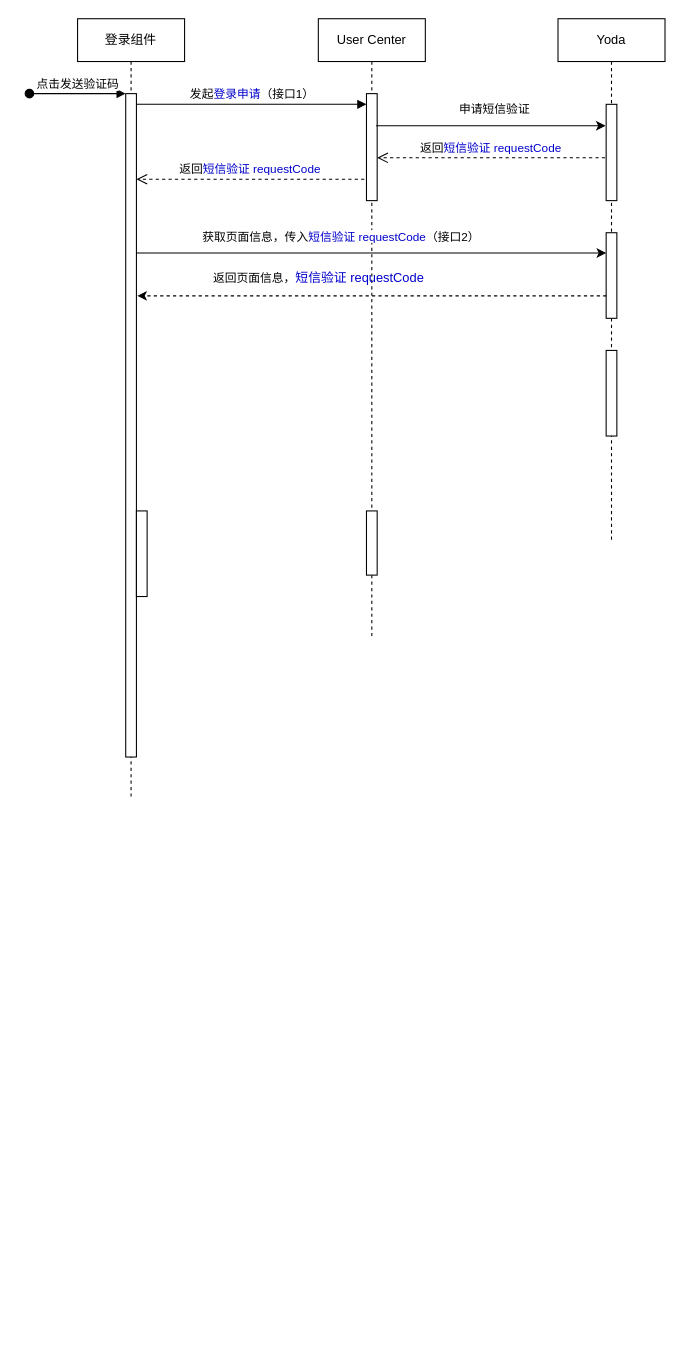
This is src/未命名绘图.drawio from zhengjiaqi/draw, a draw.io file, before an edit. Source tidied: cells renumbered, new cells numbered last; positions are measured from the earlier drawing's top-left corner, leaving out a move shared by most shapes. Both pictures are drawn from the tidied source at 107%, with x=0, y=0 at pixel (29, 18).
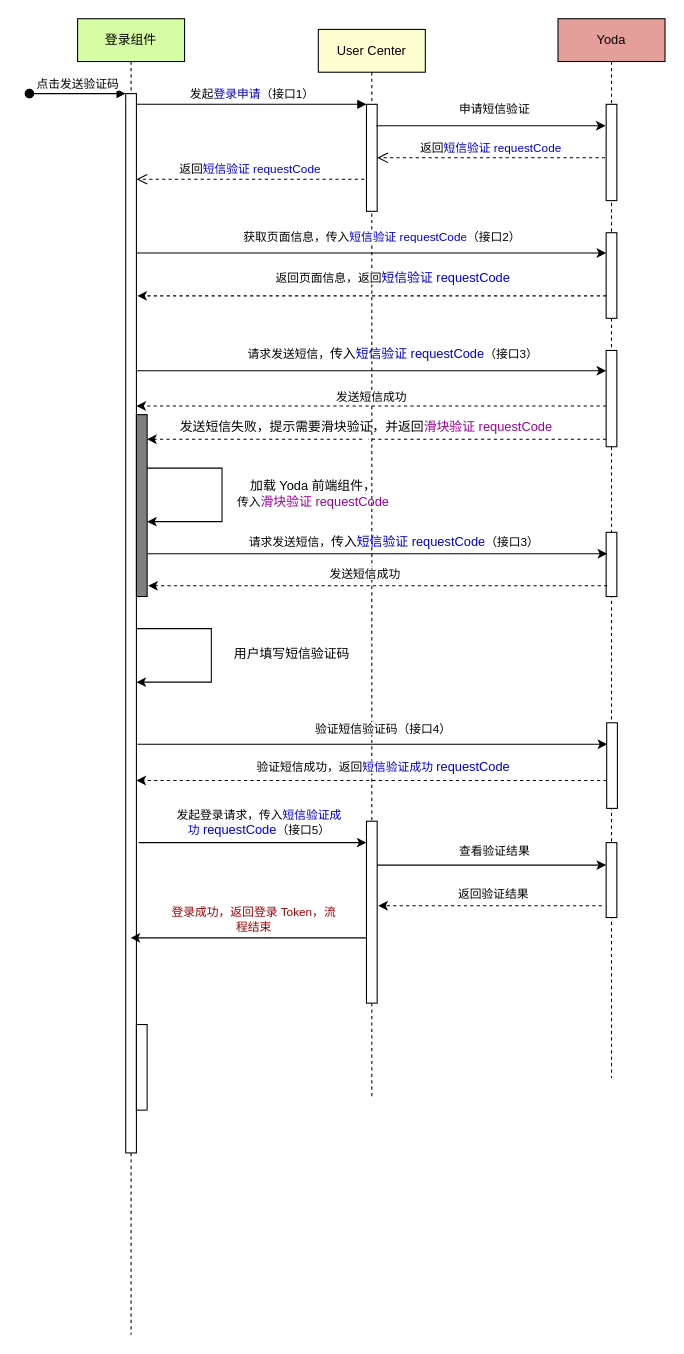
The same diagram, later.

Commit message:
更新未命名绘图.drawio

What changed in the source:
```diff
@@
-    <mxCell id="2" value="登录组件" style="shape=umlLifeline;perimeter=lifelinePerimeter;whiteSpace=wrap;html=1;newEdgeStyle={&quot;edgeStyle&quot;:&quot;elbowEdgeStyle&quot;,&quot;elbow&quot;:&quot;vertical&quot;,&quot;curved&quot;:0,&quot;rounded&quot;:0};" parent="1" vertex="1">
-      <mxGeometry x="45" width="100" height="730" as="geometry" />
+    <mxCell id="2" value="登录组件" style="shape=umlLifeline;perimeter=lifelinePerimeter;whiteSpace=wrap;html=1;newEdgeStyle={&quot;edgeStyle&quot;:&quot;elbowEdgeStyle&quot;,&quot;elbow&quot;:&quot;vertical&quot;,&quot;curved&quot;:0,&quot;rounded&quot;:0};fillColor=#D6FDA4;" parent="1" vertex="1">
+      <mxGeometry x="45" width="100" height="1230" as="geometry" />
     </mxCell>
     <mxCell id="3" style="html=1;points=[];perimeter=orthogonalPerimeter;outlineConnect=0;targetShapes=umlLifeline;portConstraint=eastwest;newEdgeStyle={&quot;edgeStyle&quot;:&quot;elbowEdgeStyle&quot;,&quot;elbow&quot;:&quot;vertical&quot;,&quot;curved&quot;:0,&quot;rounded&quot;:0};" parent="2" vertex="1">
-      <mxGeometry x="45" y="70" width="10" height="620" as="geometry" />
+      <mxGeometry x="45" y="70" width="10" height="990" as="geometry" />
     </mxCell>
@@
     <mxCell id="5" style="html=1;perimeter=orthogonalPerimeter;targetShapes=umlLifeline;newEdgeStyle={&quot;edgeStyle&quot;:&quot;elbowEdgeStyle&quot;,&quot;elbow&quot;:&quot;vertical&quot;,&quot;curved&quot;:0,&quot;rounded&quot;:0};" parent="2" vertex="1">
-      <mxGeometry x="55" y="460" width="10" height="80" as="geometry" />
+      <mxGeometry x="55" y="940" width="10" height="80" as="geometry" />
     </mxCell>
+    <mxCell id="22" style="html=1;perimeter=orthogonalPerimeter;targetShapes=umlLifeline;newEdgeStyle={&quot;edgeStyle&quot;:&quot;elbowEdgeStyle&quot;,&quot;elbow&quot;:&quot;vertical&quot;,&quot;curved&quot;:0,&quot;rounded&quot;:0};fillColor=#808080;" parent="2" vertex="1">
+      <mxGeometry x="55" y="370" width="10" height="170" as="geometry" />
+    </mxCell>
-    <mxCell id="6" value="User Center" style="shape=umlLifeline;perimeter=lifelinePerimeter;whiteSpace=wrap;html=1;newEdgeStyle={&quot;edgeStyle&quot;:&quot;elbowEdgeStyle&quot;,&quot;elbow&quot;:&quot;vertical&quot;,&quot;curved&quot;:0,&quot;rounded&quot;:0};" parent="1" vertex="1">
-      <mxGeometry x="270" width="100" height="580" as="geometry" />
+    <mxCell id="6" value="User Center" style="shape=umlLifeline;perimeter=lifelinePerimeter;whiteSpace=wrap;html=1;newEdgeStyle={&quot;edgeStyle&quot;:&quot;elbowEdgeStyle&quot;,&quot;elbow&quot;:&quot;vertical&quot;,&quot;curved&quot;:0,&quot;rounded&quot;:0};fillColor=#FFFED1;" parent="1" vertex="1">
+      <mxGeometry x="270" y="10" width="100" height="1000" as="geometry" />
     </mxCell>
@@
     <mxCell id="8" style="html=1;points=[];perimeter=orthogonalPerimeter;outlineConnect=0;targetShapes=umlLifeline;portConstraint=eastwest;newEdgeStyle={&quot;edgeStyle&quot;:&quot;elbowEdgeStyle&quot;,&quot;elbow&quot;:&quot;vertical&quot;,&quot;curved&quot;:0,&quot;rounded&quot;:0};" parent="6" vertex="1">
-      <mxGeometry x="45" y="460" width="10" height="60" as="geometry" />
+      <mxGeometry x="45" y="740" width="10" height="170" as="geometry" />
     </mxCell>
@@
-    <mxCell id="10" value="Yoda" style="shape=umlLifeline;perimeter=lifelinePerimeter;whiteSpace=wrap;html=1;newEdgeStyle={&quot;edgeStyle&quot;:&quot;elbowEdgeStyle&quot;,&quot;elbow&quot;:&quot;vertical&quot;,&quot;curved&quot;:0,&quot;rounded&quot;:0};" parent="1" vertex="1">
-      <mxGeometry x="494" width="100" height="490" as="geometry" />
+    <mxCell id="10" value="Yoda" style="shape=umlLifeline;perimeter=lifelinePerimeter;whiteSpace=wrap;html=1;newEdgeStyle={&quot;edgeStyle&quot;:&quot;elbowEdgeStyle&quot;,&quot;elbow&quot;:&quot;vertical&quot;,&quot;curved&quot;:0,&quot;rounded&quot;:0};fillColor=#E49F9A;" parent="1" vertex="1">
+      <mxGeometry x="494" width="100" height="990" as="geometry" />
     </mxCell>
@@
     <mxCell id="13" style="html=1;perimeter=orthogonalPerimeter;targetShapes=umlLifeline;newEdgeStyle={&quot;edgeStyle&quot;:&quot;elbowEdgeStyle&quot;,&quot;elbow&quot;:&quot;vertical&quot;,&quot;curved&quot;:0,&quot;rounded&quot;:0};" parent="10" vertex="1">
-      <mxGeometry x="45" y="310" width="10" height="80" as="geometry" />
+      <mxGeometry x="45" y="310" width="10" height="90" as="geometry" />
     </mxCell>
+    <mxCell id="23" style="html=1;perimeter=orthogonalPerimeter;targetShapes=umlLifeline;newEdgeStyle={&quot;edgeStyle&quot;:&quot;elbowEdgeStyle&quot;,&quot;elbow&quot;:&quot;vertical&quot;,&quot;curved&quot;:0,&quot;rounded&quot;:0};" parent="10" vertex="1">
+      <mxGeometry x="45" y="480" width="10" height="60" as="geometry" />
+    </mxCell>
+    <mxCell id="24" style="html=1;perimeter=orthogonalPerimeter;targetShapes=umlLifeline;newEdgeStyle={&quot;edgeStyle&quot;:&quot;elbowEdgeStyle&quot;,&quot;elbow&quot;:&quot;vertical&quot;,&quot;curved&quot;:0,&quot;rounded&quot;:0};" parent="10" vertex="1">
+      <mxGeometry x="45.5" y="658" width="10" height="80" as="geometry" />
+    </mxCell>
+    <mxCell id="25" style="html=1;perimeter=orthogonalPerimeter;targetShapes=umlLifeline;newEdgeStyle={&quot;edgeStyle&quot;:&quot;elbowEdgeStyle&quot;,&quot;elbow&quot;:&quot;vertical&quot;,&quot;curved&quot;:0,&quot;rounded&quot;:0};" parent="10" vertex="1">
+      <mxGeometry x="45" y="770" width="10" height="70" as="geometry" />
+    </mxCell>
@@
-    <mxCell id="18" value="&lt;span style=&quot;color: rgb(0, 0, 0); font-family: Helvetica; font-size: 11px; font-style: normal; font-variant-ligatures: normal; font-variant-caps: normal; font-weight: 400; letter-spacing: normal; orphans: 2; text-align: center; text-indent: 0px; text-transform: none; widows: 2; word-spacing: 0px; -webkit-text-stroke-width: 0px; background-color: rgb(255, 255, 255); text-decoration-thickness: initial; text-decoration-style: initial; text-decoration-color: initial; float: none; display: inline !important;&quot;&gt;获取页面信息，传入&lt;font style=&quot;border-color: var(--border-color);&quot; color=&quot;#0000cc&quot;&gt;短信验证&amp;nbsp;requestCode&lt;/font&gt;&lt;/span&gt;&lt;span style=&quot;color: rgb(0, 0, 0); font-family: Helvetica; font-size: 11px; font-style: normal; font-variant-ligatures: normal; font-variant-caps: normal; font-weight: 400; letter-spacing: normal; orphans: 2; text-align: center; text-indent: 0px; text-transform: none; widows: 2; word-spacing: 0px; -webkit-text-stroke-width: 0px; background-color: rgb(255, 255, 255); text-decoration-thickness: initial; text-decoration-style: initial; text-decoration-color: initial; float: none; display: inline !important;&quot;&gt;（接口2）&lt;/span&gt;" style="text;whiteSpace=wrap;html=1;" parent="1" vertex="1">
+    <mxCell id="18" value="&lt;span style=&quot;color: rgb(0, 0, 0); font-family: Helvetica; font-size: 11px; font-style: normal; font-variant-ligatures: normal; font-variant-caps: normal; font-weight: 400; letter-spacing: normal; orphans: 2; text-indent: 0px; text-transform: none; widows: 2; word-spacing: 0px; -webkit-text-stroke-width: 0px; background-color: rgb(255, 255, 255); text-decoration-thickness: initial; text-decoration-style: initial; text-decoration-color: initial; float: none; display: inline !important;&quot;&gt;获取页面信息，传入&lt;font style=&quot;border-color: var(--border-color);&quot; color=&quot;#0000cc&quot;&gt;短信验证&amp;nbsp;requestCode&lt;/font&gt;&lt;/span&gt;&lt;span style=&quot;color: rgb(0, 0, 0); font-family: Helvetica; font-size: 11px; font-style: normal; font-variant-ligatures: normal; font-variant-caps: normal; font-weight: 400; letter-spacing: normal; orphans: 2; text-indent: 0px; text-transform: none; widows: 2; word-spacing: 0px; -webkit-text-stroke-width: 0px; background-color: rgb(255, 255, 255); text-decoration-thickness: initial; text-decoration-style: initial; text-decoration-color: initial; float: none; display: inline !important;&quot;&gt;（接口2）&lt;/span&gt;" style="text;whiteSpace=wrap;html=1;align=center;" parent="1" vertex="1">
       <mxGeometry x="160" y="190" width="340" height="20" as="geometry" />
     </mxCell>
@@
-    <mxCell id="21" value="&lt;span style=&quot;color: rgb(0, 0, 0); font-family: Helvetica; font-size: 11px; font-style: normal; font-variant-ligatures: normal; font-variant-caps: normal; font-weight: 400; letter-spacing: normal; orphans: 2; text-align: center; text-indent: 0px; text-transform: none; widows: 2; word-spacing: 0px; -webkit-text-stroke-width: 0px; background-color: rgb(255, 255, 255); text-decoration-thickness: initial; text-decoration-style: initial; text-decoration-color: initial; float: none; display: inline !important;&quot;&gt;返回页面信息，&lt;/span&gt;&lt;font color=&quot;#0000cc&quot;&gt;短信验证&amp;nbsp;requestCode&lt;/font&gt;" style="text;whiteSpace=wrap;html=1;" parent="1" vertex="1">
+    <mxCell id="21" value="&lt;span style=&quot;color: rgb(0, 0, 0); font-family: Helvetica; font-size: 11px; font-style: normal; font-variant-ligatures: normal; font-variant-caps: normal; font-weight: 400; letter-spacing: normal; orphans: 2; text-indent: 0px; text-transform: none; widows: 2; word-spacing: 0px; -webkit-text-stroke-width: 0px; background-color: rgb(255, 255, 255); text-decoration-thickness: initial; text-decoration-style: initial; text-decoration-color: initial; float: none; display: inline !important;&quot;&gt;返回页面信息，返回&lt;/span&gt;&lt;font color=&quot;#0000cc&quot;&gt;短信验证&amp;nbsp;requestCode&lt;/font&gt;" style="text;whiteSpace=wrap;html=1;align=center;" parent="1" vertex="1">
       <mxGeometry x="170" y="229" width="340" height="20" as="geometry" />
     </mxCell>
+    <mxCell id="26" style="edgeStyle=elbowEdgeStyle;rounded=0;orthogonalLoop=1;jettySize=auto;html=1;elbow=vertical;curved=0;" parent="1" edge="1">
+      <mxGeometry relative="1" as="geometry">
+        <mxPoint x="100" y="329" as="sourcePoint" />
+        <mxPoint x="539" y="329" as="targetPoint" />
+      </mxGeometry>
+    </mxCell>
+    <mxCell id="27" value="&lt;span style=&quot;color: rgb(0, 0, 0); font-family: Helvetica; font-size: 11px; font-style: normal; font-variant-ligatures: normal; font-variant-caps: normal; font-weight: 400; letter-spacing: normal; orphans: 2; text-indent: 0px; text-transform: none; widows: 2; word-spacing: 0px; -webkit-text-stroke-width: 0px; background-color: rgb(255, 255, 255); text-decoration-thickness: initial; text-decoration-style: initial; text-decoration-color: initial; float: none; display: inline !important;&quot;&gt;请求发送短信，&lt;/span&gt;传入&lt;font style=&quot;border-color: var(--border-color);&quot; color=&quot;#0000cc&quot;&gt;短信验证&amp;nbsp;requestCode&lt;/font&gt;&lt;span style=&quot;border-color: var(--border-color); font-size: 11px; background-color: rgb(255, 255, 255);&quot;&gt;（接口3）&lt;/span&gt;" style="text;whiteSpace=wrap;html=1;align=center;" parent="1" vertex="1">
+      <mxGeometry x="170" y="300" width="340" height="20" as="geometry" />
+    </mxCell>
+    <mxCell id="28" style="edgeStyle=elbowEdgeStyle;rounded=0;orthogonalLoop=1;jettySize=auto;html=1;elbow=vertical;curved=0;dashed=1;" parent="1" edge="1">
+      <mxGeometry relative="1" as="geometry">
+        <mxPoint x="539" y="362" as="sourcePoint" />
+        <mxPoint x="100" y="362" as="targetPoint" />
+      </mxGeometry>
+    </mxCell>
+    <mxCell id="29" value="&lt;span style=&quot;font-size: 11px; background-color: rgb(255, 255, 255);&quot;&gt;发送短信成功&lt;/span&gt;" style="text;whiteSpace=wrap;html=1;align=center;" parent="1" vertex="1">
+      <mxGeometry x="150" y="340" width="340" height="20" as="geometry" />
+    </mxCell>
+    <mxCell id="30" style="edgeStyle=elbowEdgeStyle;rounded=0;orthogonalLoop=1;jettySize=auto;html=1;elbow=vertical;curved=0;dashed=1;" parent="1" edge="1">
+      <mxGeometry relative="1" as="geometry">
+        <mxPoint x="539" y="393" as="sourcePoint" />
+        <mxPoint x="110" y="393" as="targetPoint" />
+      </mxGeometry>
+    </mxCell>
+    <mxCell id="31" value="发送短信失败，提示需要滑块验证，并返回&lt;font color=&quot;#990099&quot;&gt;滑块验证&amp;nbsp;requestCode&lt;/font&gt;&lt;span style=&quot;font-size: 11px; background-color: rgb(255, 255, 255);&quot;&gt;&lt;br&gt;&amp;nbsp;&lt;/span&gt;" style="text;whiteSpace=wrap;html=1;align=center;" parent="1" vertex="1">
+      <mxGeometry x="130" y="368" width="370" height="20" as="geometry" />
+    </mxCell>
+    <mxCell id="32" style="endArrow=classic;html=1;rounded=0;" parent="1" edge="1">
+      <mxGeometry relative="1" as="geometry">
+        <mxPoint x="110" y="420" as="sourcePoint" />
+        <mxPoint x="110" y="470" as="targetPoint" />
+        <Array as="points">
+          <mxPoint x="130" y="420" />
+          <mxPoint x="180" y="420" />
+          <mxPoint x="180" y="470" />
+        </Array>
+      </mxGeometry>
+    </mxCell>
+    <mxCell id="33" value="加载 Yoda 前端组件，&lt;br style=&quot;border-color: var(--border-color); font-size: 11px;&quot;&gt;&lt;span style=&quot;font-size: 11px; background-color: rgb(255, 255, 255);&quot;&gt;传入&lt;/span&gt;&lt;font style=&quot;border-color: var(--border-color);&quot; color=&quot;#990099&quot;&gt;滑块验证&amp;nbsp;requestCode&lt;/font&gt;" style="text;html=1;align=center;verticalAlign=middle;strokeColor=none;fillColor=none;" parent="1" vertex="1">
+      <mxGeometry x="180" y="424" width="170" height="40" as="geometry" />
+    </mxCell>
+    <mxCell id="34" style="edgeStyle=elbowEdgeStyle;rounded=0;orthogonalLoop=1;jettySize=auto;html=1;elbow=vertical;curved=0;" parent="1" edge="1">
+      <mxGeometry relative="1" as="geometry">
+        <mxPoint x="110.5" y="500" as="sourcePoint" />
+        <mxPoint x="540" y="500" as="targetPoint" />
+      </mxGeometry>
+    </mxCell>
+    <mxCell id="35" value="&lt;span style=&quot;color: rgb(0, 0, 0); font-family: Helvetica; font-size: 11px; font-style: normal; font-variant-ligatures: normal; font-variant-caps: normal; font-weight: 400; letter-spacing: normal; orphans: 2; text-indent: 0px; text-transform: none; widows: 2; word-spacing: 0px; -webkit-text-stroke-width: 0px; background-color: rgb(255, 255, 255); text-decoration-thickness: initial; text-decoration-style: initial; text-decoration-color: initial; float: none; display: inline !important;&quot;&gt;请求发送短信，&lt;/span&gt;传入&lt;font style=&quot;border-color: var(--border-color);&quot; color=&quot;#0000cc&quot;&gt;短信验证&amp;nbsp;requestCode&lt;/font&gt;&lt;span style=&quot;border-color: var(--border-color); font-size: 11px; background-color: rgb(255, 255, 255);&quot;&gt;（接口3）&lt;/span&gt;" style="text;whiteSpace=wrap;html=1;align=center;" parent="1" vertex="1">
+      <mxGeometry x="171" y="475" width="340" height="20" as="geometry" />
+    </mxCell>
+    <mxCell id="36" style="edgeStyle=elbowEdgeStyle;rounded=0;orthogonalLoop=1;jettySize=auto;html=1;elbow=vertical;curved=0;dashed=1;" parent="1" edge="1">
+      <mxGeometry relative="1" as="geometry">
+        <mxPoint x="540" y="530" as="sourcePoint" />
+        <mxPoint x="111" y="530" as="targetPoint" />
+      </mxGeometry>
+    </mxCell>
+    <mxCell id="37" value="&lt;span style=&quot;font-size: 11px; background-color: rgb(255, 255, 255);&quot;&gt;发送短信成功&lt;/span&gt;" style="text;whiteSpace=wrap;html=1;align=center;" parent="1" vertex="1">
+      <mxGeometry x="144" y="505" width="340" height="20" as="geometry" />
+    </mxCell>
+    <mxCell id="38" style="edgeStyle=elbowEdgeStyle;rounded=0;orthogonalLoop=1;jettySize=auto;html=1;elbow=vertical;curved=0;entryX=0;entryY=0.167;entryDx=0;entryDy=0;entryPerimeter=0;" parent="1" edge="1">
+      <mxGeometry relative="1" as="geometry">
+        <mxPoint x="101" y="678" as="sourcePoint" />
+        <mxPoint x="540" y="678.4" as="targetPoint" />
+      </mxGeometry>
+    </mxCell>
+    <mxCell id="39" value="&lt;span style=&quot;color: rgb(0, 0, 0); font-family: Helvetica; font-size: 11px; font-style: normal; font-variant-ligatures: normal; font-variant-caps: normal; font-weight: 400; letter-spacing: normal; orphans: 2; text-indent: 0px; text-transform: none; widows: 2; word-spacing: 0px; -webkit-text-stroke-width: 0px; background-color: rgb(255, 255, 255); text-decoration-thickness: initial; text-decoration-style: initial; text-decoration-color: initial; float: none; display: inline !important;&quot;&gt;验证短信验证码&lt;/span&gt;&lt;span style=&quot;color: rgb(0, 0, 0); font-family: Helvetica; font-size: 11px; font-style: normal; font-variant-ligatures: normal; font-variant-caps: normal; font-weight: 400; letter-spacing: normal; orphans: 2; text-indent: 0px; text-transform: none; widows: 2; word-spacing: 0px; -webkit-text-stroke-width: 0px; background-color: rgb(255, 255, 255); text-decoration-thickness: initial; text-decoration-style: initial; text-decoration-color: initial; float: none; display: inline !important;&quot;&gt;（接口4）&lt;/span&gt;" style="text;whiteSpace=wrap;html=1;align=center;" parent="1" vertex="1">
+      <mxGeometry x="160.5" y="650" width="340" height="20" as="geometry" />
+    </mxCell>
+    <mxCell id="40" style="endArrow=classic;html=1;rounded=0;" parent="1" edge="1">
+      <mxGeometry relative="1" as="geometry">
+        <mxPoint x="100" y="570" as="sourcePoint" />
+        <mxPoint x="100" y="620" as="targetPoint" />
+        <Array as="points">
+          <mxPoint x="120" y="570" />
+          <mxPoint x="170" y="570" />
+          <mxPoint x="170" y="620" />
+        </Array>
+      </mxGeometry>
+    </mxCell>
+    <mxCell id="41" value="用户填写短信验证码" style="text;html=1;align=center;verticalAlign=middle;strokeColor=none;fillColor=none;" parent="1" vertex="1">
+      <mxGeometry x="180" y="579" width="130" height="30" as="geometry" />
+    </mxCell>
+    <mxCell id="42" style="edgeStyle=elbowEdgeStyle;rounded=0;orthogonalLoop=1;jettySize=auto;html=1;elbow=vertical;curved=0;dashed=1;" parent="1" edge="1">
+      <mxGeometry relative="1" as="geometry">
+        <mxPoint x="539.5" y="712" as="sourcePoint" />
+        <mxPoint x="100" y="712" as="targetPoint" />
+      </mxGeometry>
+    </mxCell>
+    <mxCell id="43" value="&lt;span style=&quot;font-size: 11px; background-color: rgb(255, 255, 255);&quot;&gt;验证短信成功，返回&lt;font color=&quot;#0000cc&quot;&gt;短信验证成功&amp;nbsp;&lt;/font&gt;&lt;/span&gt;&lt;font color=&quot;#0000cc&quot;&gt;requestCode&lt;/font&gt;" style="text;whiteSpace=wrap;html=1;align=center;" parent="1" vertex="1">
+      <mxGeometry x="160.5" y="686" width="340" height="20" as="geometry" />
+    </mxCell>
+    <mxCell id="44" style="endArrow=classic;html=1;rounded=0;" parent="1" edge="1" target="8">
+      <mxGeometry relative="1" as="geometry">
+        <mxPoint x="102" y="770" as="sourcePoint" />
+      </mxGeometry>
+    </mxCell>
+    <mxCell id="45" value="&lt;span style=&quot;color: rgb(0, 0, 0); font-family: Helvetica; font-size: 11px; font-style: normal; font-variant-ligatures: normal; font-variant-caps: normal; font-weight: 400; letter-spacing: normal; orphans: 2; text-indent: 0px; text-transform: none; widows: 2; word-spacing: 0px; -webkit-text-stroke-width: 0px; background-color: rgb(255, 255, 255); text-decoration-thickness: initial; text-decoration-style: initial; text-decoration-color: initial; float: none; display: inline !important;&quot;&gt;发起登录请求，传入&lt;font style=&quot;border-color: var(--border-color);&quot; color=&quot;#0000cc&quot;&gt;短信验证成功&amp;nbsp;&lt;/font&gt;&lt;font style=&quot;border-color: var(--border-color); font-size: 12px; background-color: rgb(251, 251, 251);&quot; color=&quot;#0000cc&quot;&gt;requestCode&lt;/font&gt;（接口5）&lt;/span&gt;" style="text;whiteSpace=wrap;html=1;align=center;" parent="1" vertex="1">
+      <mxGeometry x="130" y="730" width="170" height="20" as="geometry" />
+    </mxCell>
+    <mxCell id="46" style="edgeStyle=elbowEdgeStyle;rounded=0;orthogonalLoop=1;jettySize=auto;html=1;elbow=vertical;curved=0;" parent="1" edge="1">
+      <mxGeometry relative="1" as="geometry">
+        <mxPoint x="325" y="791" as="sourcePoint" />
+        <mxPoint x="539" y="791" as="targetPoint" />
+      </mxGeometry>
+    </mxCell>
+    <mxCell id="47" value="&lt;span style=&quot;font-size: 11px; background-color: rgb(255, 255, 255);&quot;&gt;查看验证结果&lt;/span&gt;" style="text;whiteSpace=wrap;html=1;align=center;" parent="1" vertex="1">
+      <mxGeometry x="337" y="764" width="196" height="20" as="geometry" />
+    </mxCell>
+    <mxCell id="48" style="edgeStyle=elbowEdgeStyle;rounded=0;orthogonalLoop=1;jettySize=auto;html=1;elbow=vertical;curved=0;dashed=1;" parent="1" edge="1">
+      <mxGeometry relative="1" as="geometry">
+        <mxPoint x="535" y="829" as="sourcePoint" />
+        <mxPoint x="326" y="829" as="targetPoint" />
+      </mxGeometry>
+    </mxCell>
+    <mxCell id="49" value="&lt;span style=&quot;font-size: 11px; background-color: rgb(255, 255, 255);&quot;&gt;返回验证结果&lt;/span&gt;" style="text;whiteSpace=wrap;html=1;align=center;" parent="1" vertex="1">
+      <mxGeometry x="354" y="804" width="160" height="20" as="geometry" />
+    </mxCell>
+    <mxCell id="50" style="edgeStyle=elbowEdgeStyle;rounded=0;orthogonalLoop=1;jettySize=auto;html=1;elbow=vertical;curved=0;" parent="1" edge="1">
+      <mxGeometry relative="1" as="geometry">
+        <mxPoint x="315" y="859" as="sourcePoint" />
+        <mxPoint x="94.5" y="859" as="targetPoint" />
+      </mxGeometry>
+    </mxCell>
+    <mxCell id="51" value="&lt;span style=&quot;font-size: 11px; background-color: rgb(255, 255, 255);&quot;&gt;&lt;font color=&quot;#990000&quot;&gt;登录成功，返回登录 Token，流程结束&lt;/font&gt;&lt;/span&gt;" style="text;whiteSpace=wrap;html=1;align=center;" parent="1" vertex="1">
+      <mxGeometry x="130" y="821" width="160" height="20" as="geometry" />
+    </mxCell>
```
